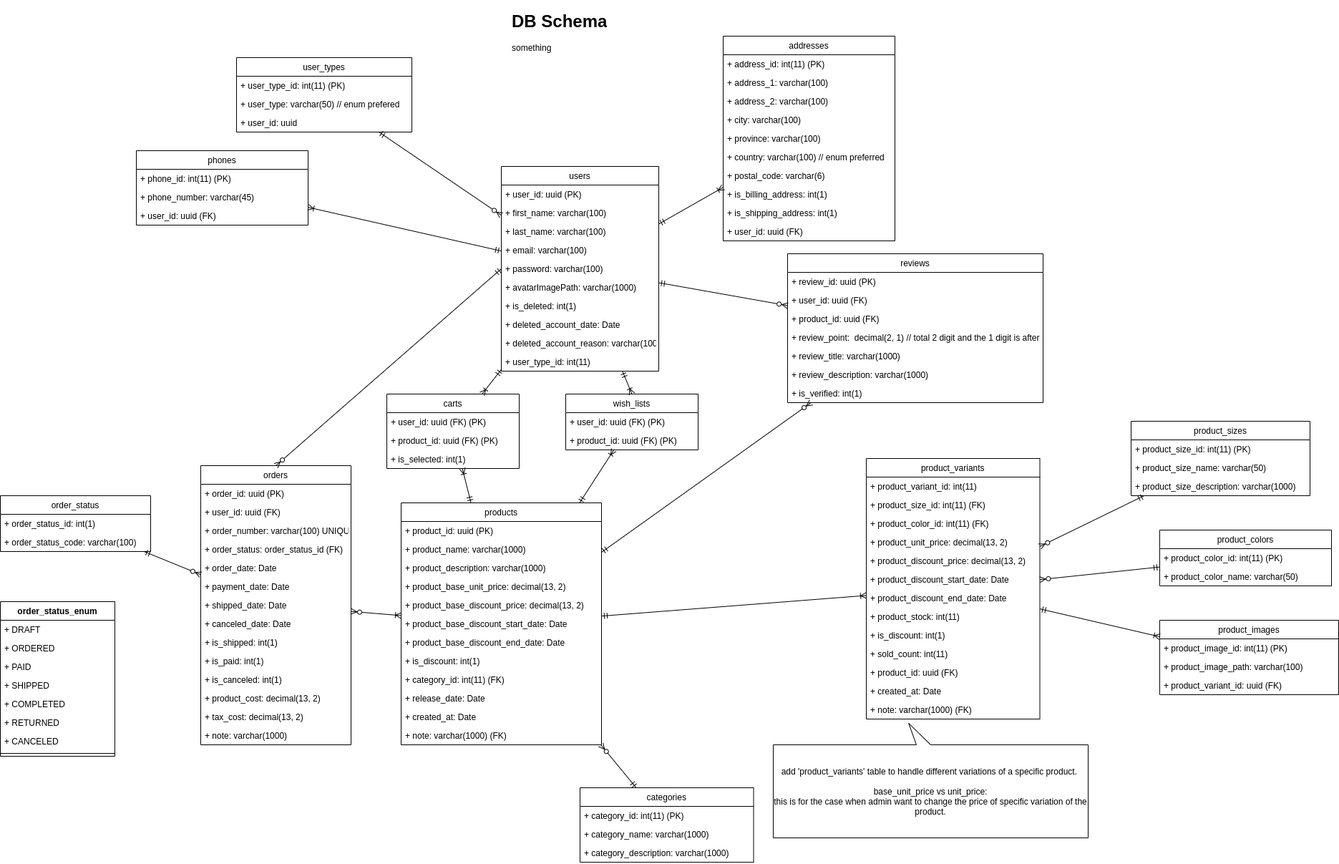
This is db-design.png from stsiwo/e-commerce-starter-kits, a draw.io export, as it was before one commit. Source tidied: cells renumbered, new cells last; positions are measured from the earlier drawing's top-left corner, leaving out a move shared by most shapes.
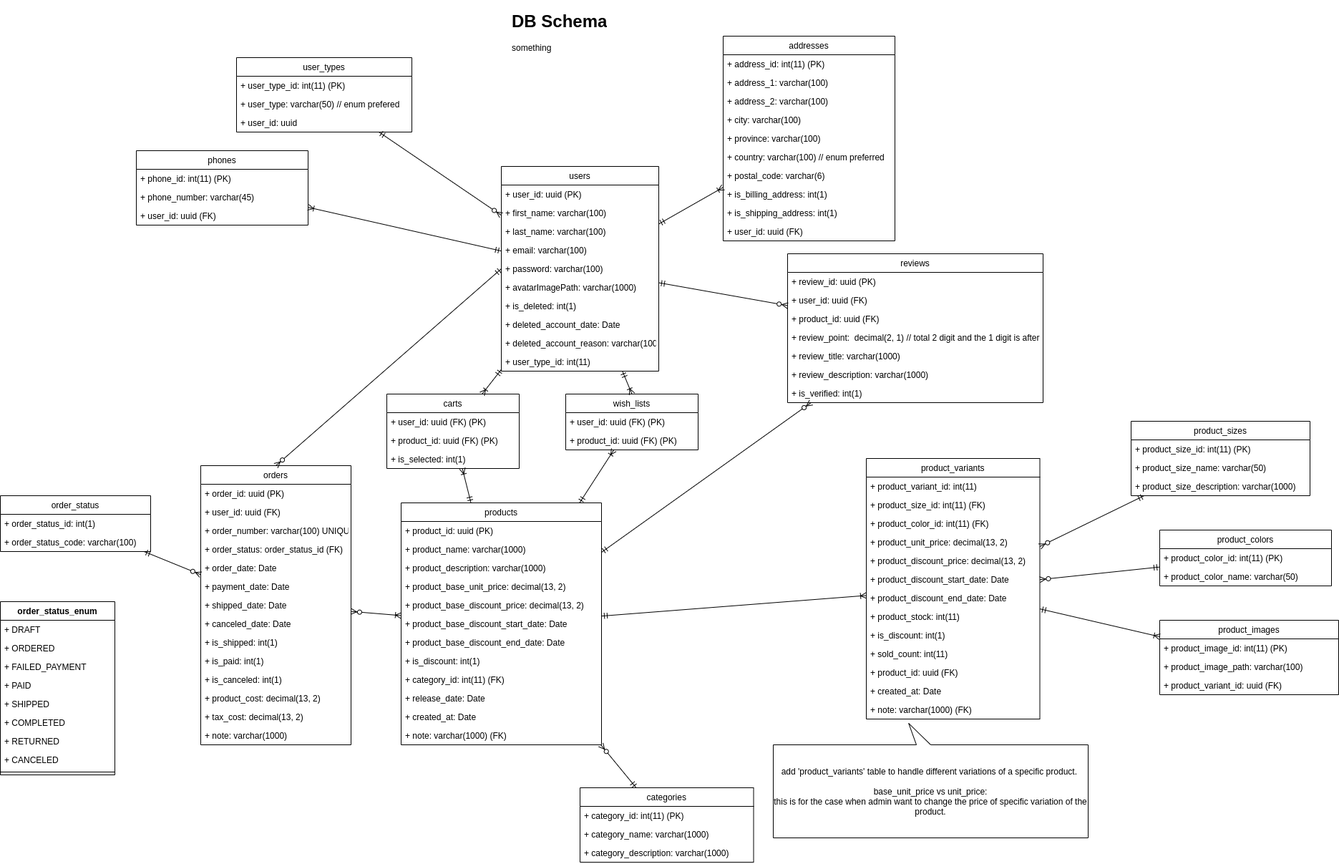
The same diagram one commit later.

The edit, as a diff of the source:
```diff
@@ -375,7 +375,7 @@
       <mxGeometry y="78" width="185" height="26" as="geometry" />
     </mxCell>
     <mxCell id="126" value="order_status_enum" style="swimlane;fontStyle=1;align=center;verticalAlign=top;horizontal=1;startSize=26;" parent="1" vertex="1">
-      <mxGeometry y="830" width="160" height="216" as="geometry" />
+      <mxGeometry y="830" width="160" height="242" as="geometry" />
     </mxCell>
     <mxCell id="127" value="+ DRAFT" style="text;strokeColor=none;fillColor=none;align=left;verticalAlign=top;spacingLeft=4;spacingRight=4;overflow=hidden;" parent="126" vertex="1">
       <mxGeometry y="26" width="160" height="26" as="geometry" />
@@ -383,23 +383,26 @@
     <mxCell id="128" value="+ ORDERED" style="text;strokeColor=none;fillColor=none;align=left;verticalAlign=top;spacingLeft=4;spacingRight=4;overflow=hidden;" parent="126" vertex="1">
       <mxGeometry y="52" width="160" height="26" as="geometry" />
     </mxCell>
-    <mxCell id="129" value="+ PAID" style="text;strokeColor=none;fillColor=none;align=left;verticalAlign=top;spacingLeft=4;spacingRight=4;overflow=hidden;" parent="126" vertex="1">
+    <mxCell id="129" value="+ FAILED_PAYMENT" style="text;strokeColor=none;fillColor=none;align=left;verticalAlign=top;spacingLeft=4;spacingRight=4;overflow=hidden;" parent="126" vertex="1">
       <mxGeometry y="78" width="160" height="26" as="geometry" />
     </mxCell>
+    <mxCell id="135" value="+ PAID" style="text;strokeColor=none;fillColor=none;align=left;verticalAlign=top;spacingLeft=4;spacingRight=4;overflow=hidden;" parent="126" vertex="1">
+      <mxGeometry y="104" width="160" height="26" as="geometry" />
+    </mxCell>
     <mxCell id="130" value="+ SHIPPED" style="text;strokeColor=none;fillColor=none;align=left;verticalAlign=top;spacingLeft=4;spacingRight=4;overflow=hidden;" parent="126" vertex="1">
-      <mxGeometry y="104" width="160" height="26" as="geometry" />
+      <mxGeometry y="130" width="160" height="26" as="geometry" />
     </mxCell>
     <mxCell id="131" value="+ COMPLETED" style="text;strokeColor=none;fillColor=none;align=left;verticalAlign=top;spacingLeft=4;spacingRight=4;overflow=hidden;" parent="126" vertex="1">
-      <mxGeometry y="130" width="160" height="26" as="geometry" />
+      <mxGeometry y="156" width="160" height="26" as="geometry" />
     </mxCell>
     <mxCell id="132" value="+ RETURNED" style="text;strokeColor=none;fillColor=none;align=left;verticalAlign=top;spacingLeft=4;spacingRight=4;overflow=hidden;" parent="126" vertex="1">
-      <mxGeometry y="156" width="160" height="26" as="geometry" />
+      <mxGeometry y="182" width="160" height="26" as="geometry" />
     </mxCell>
     <mxCell id="133" value="+ CANCELED" style="text;strokeColor=none;fillColor=none;align=left;verticalAlign=top;spacingLeft=4;spacingRight=4;overflow=hidden;" parent="126" vertex="1">
-      <mxGeometry y="182" width="160" height="26" as="geometry" />
+      <mxGeometry y="208" width="160" height="26" as="geometry" />
     </mxCell>
     <mxCell id="134" style="line;strokeWidth=1;fillColor=none;align=left;verticalAlign=middle;spacingTop=-1;spacingLeft=3;spacingRight=3;labelPosition=right;" parent="126" vertex="1">
-      <mxGeometry y="208" width="160" height="8" as="geometry" />
+      <mxGeometry y="234" width="160" height="8" as="geometry" />
     </mxCell>
   </root>
 </mxGraphModel>
```
